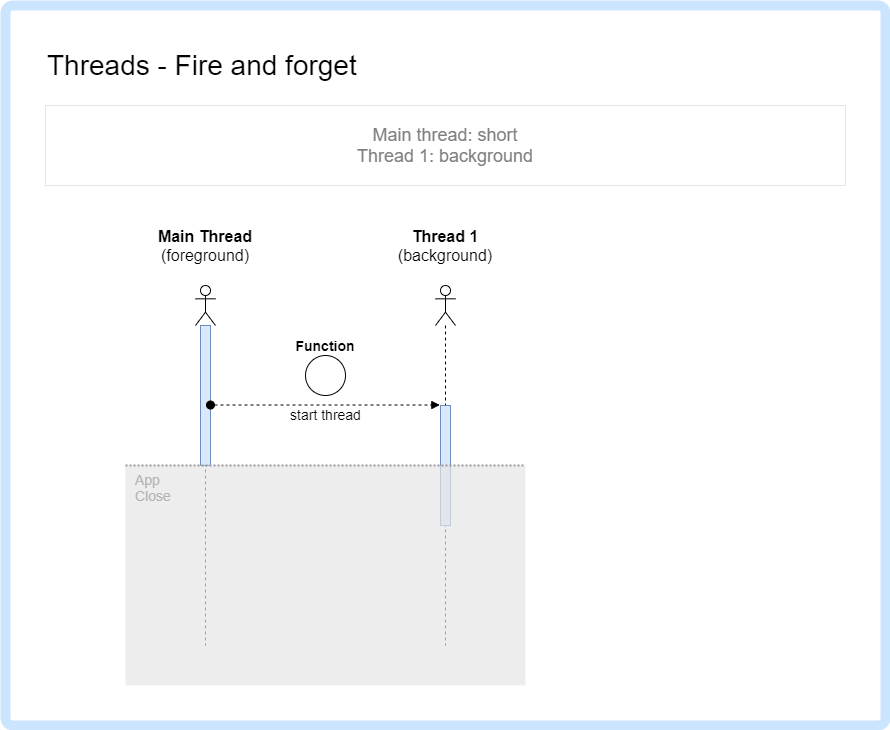
CSharp-Pills-15mg/Parallel-Evolution keeps this draw.io diagram as doc/diagrams/03 - threads-03.drawio.png. Above is the earlier version. Source tidied: cells renumbered, new cells last; positions are measured from the earlier drawing's top-left corner, leaving out a move shared by most shapes.
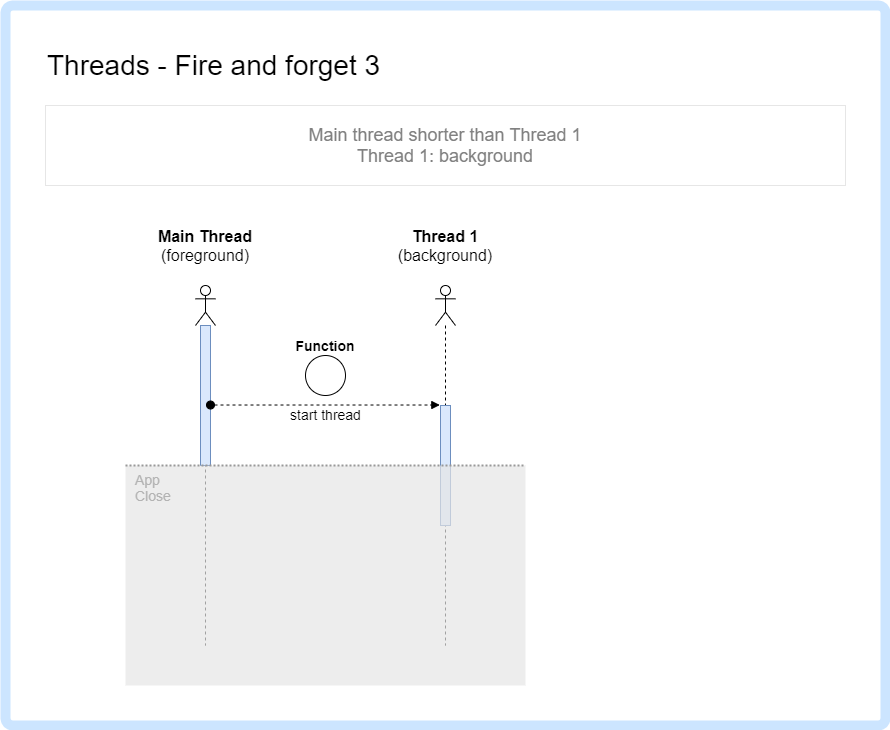
The same diagram one commit later.

Diff of the diagram source:
```diff
@@ -5,7 +5,7 @@
     <mxCell id="2" style="rounded=1;whiteSpace=wrap;html=1;arcSize=1;strokeWidth=10;strokeColor=#CCE5FF;" parent="1" vertex="1">
       <mxGeometry width="880" height="720" as="geometry" />
     </mxCell>
-    <mxCell id="3" value="Threads - Fire and forget" style="text;html=1;strokeColor=none;fillColor=none;align=left;verticalAlign=middle;whiteSpace=wrap;rounded=0;fontSize=28;" parent="1" vertex="1">
+    <mxCell id="3" value="Threads - Fire and forget 3" style="text;html=1;strokeColor=none;fillColor=none;align=left;verticalAlign=middle;whiteSpace=wrap;rounded=0;fontSize=28;" parent="1" vertex="1">
       <mxGeometry x="40" y="40" width="600" height="40" as="geometry" />
     </mxCell>
     <mxCell id="4" style="shape=umlLifeline;participant=umlActor;perimeter=lifelinePerimeter;whiteSpace=wrap;html=1;verticalAlign=top;spacingTop=36;fontSize=18;align=left;" parent="1" vertex="1">
@@ -29,7 +29,7 @@
     <mxCell id="10" value="&lt;b style=&quot;font-size: 16px;&quot;&gt;Thread 1&lt;/b&gt;&lt;br style=&quot;font-size: 16px;&quot;&gt;(background)" style="text;html=1;strokeColor=none;fillColor=none;align=center;verticalAlign=middle;whiteSpace=wrap;rounded=0;fontSize=16;" parent="1" vertex="1">
       <mxGeometry x="400" y="230" width="80" height="20" as="geometry" />
     </mxCell>
-    <mxCell id="11" value="Main thread: short&lt;br&gt;Thread 1: background" style="text;html=1;fillColor=none;align=center;verticalAlign=middle;whiteSpace=wrap;rounded=0;fontSize=18;fontColor=#808080;strokeColor=#E6E6E6;" parent="1" vertex="1">
+    <mxCell id="11" value="Main thread shorter than Thread 1&lt;br&gt;Thread 1: background" style="text;html=1;fillColor=none;align=center;verticalAlign=middle;whiteSpace=wrap;rounded=0;fontSize=18;fontColor=#808080;strokeColor=#E6E6E6;" parent="1" vertex="1">
       <mxGeometry x="40" y="100" width="800" height="80" as="geometry" />
     </mxCell>
     <mxCell id="12" value="App&lt;br&gt;Close" style="rounded=0;whiteSpace=wrap;html=1;fontSize=14;align=left;strokeColor=none;fillColor=#E6E6E6;opacity=70;verticalAlign=top;spacingLeft=8;fontColor=#B3B3B3;" parent="1" vertex="1">
```
